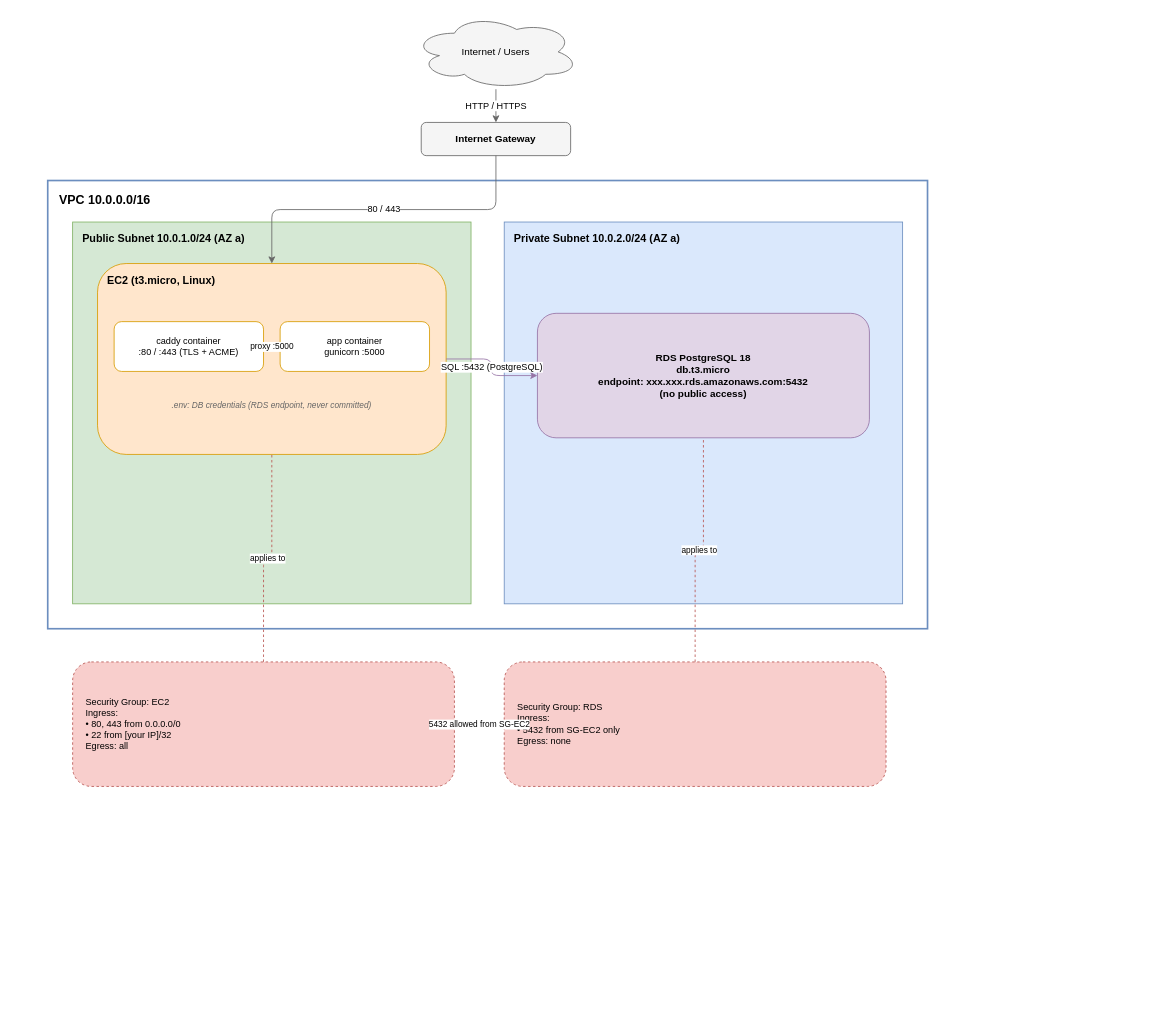
The draw.io diagram docs/03-aws-architecture.drawio in Chebister/DEVOPS_CLOUD_POSTECH_CHALLENGE_PHASE_1, before the edit. Source tidied: cells renumbered, new cells numbered last; positions are measured from the earlier drawing's top-left corner, leaving out a move shared by most shapes. Both pictures are drawn from the tidied source at 83%, with x=0, y=0 at pixel (47, 14).
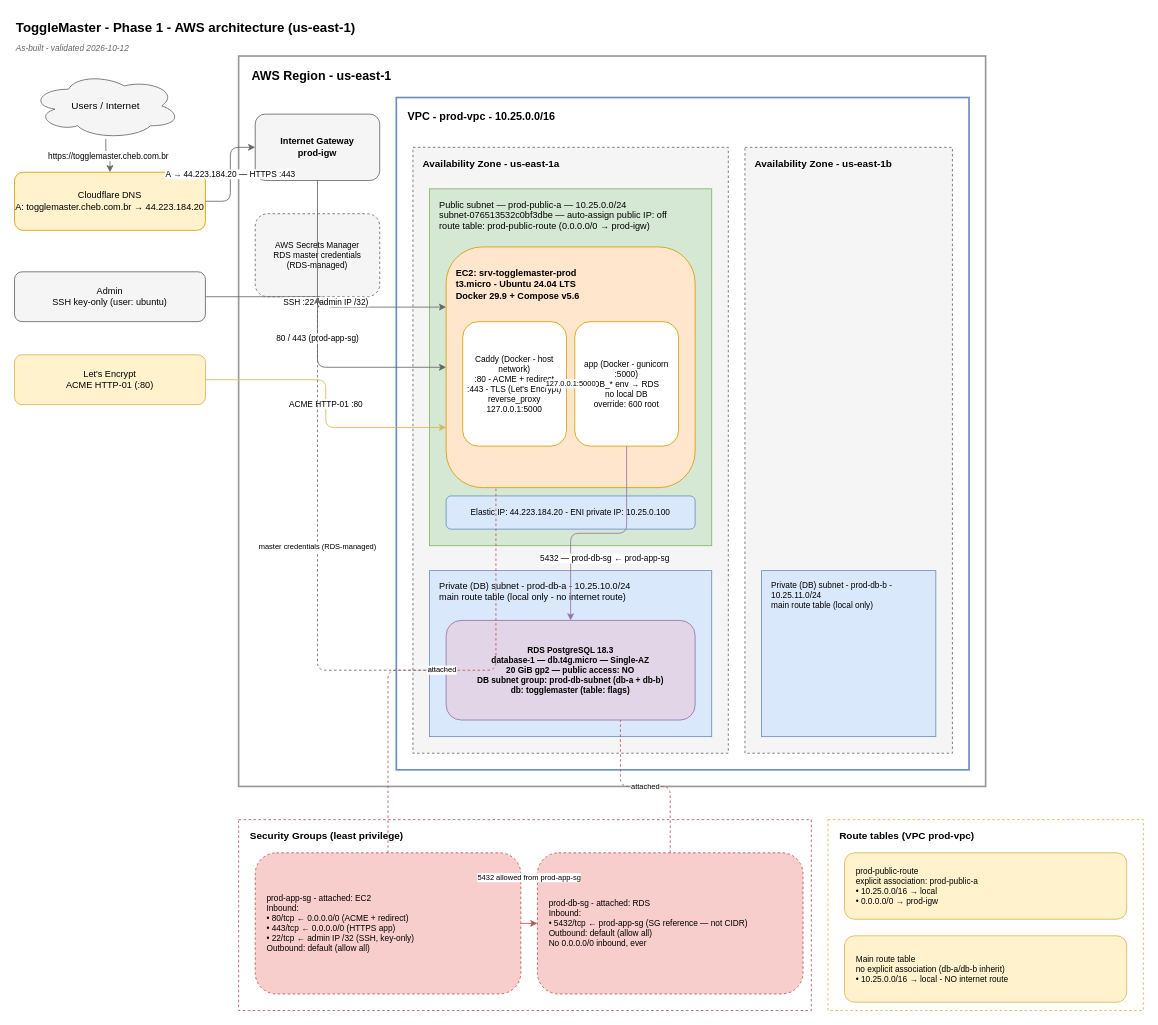
The same page after the edit.

Commit message (it also covers changes not shown here):
Rewrite AWS architecture docs as built: deployed resources, IDs, SG/RT rules, traffic flow and validation

Diff of the diagram source:
```diff
@@
-    <mxCell id="2" value="Internet / Users" style="ellipse;shape=cloud;whiteSpace=wrap;html=1;fillColor=#f5f5f5;strokeColor=#666666;fontSize=12;" parent="1" vertex="1">
-      <mxGeometry x="440" width="200" height="90" as="geometry" />
-    </mxCell>
+    <mxCell id="21" value="ToggleMaster - Phase 1 - AWS architecture (us-east-1)" style="text;html=1;align=left;verticalAlign=middle;fontSize=16;fontStyle=1;" parent="1" vertex="1">
+      <mxGeometry x="-40" width="900" height="30" as="geometry" />
+    </mxCell>
+    <mxCell id="22" value="As-built - validated 2026-10-12" style="text;html=1;align=left;verticalAlign=middle;fontSize=10;fontStyle=2;fontColor=#666666;" parent="1" vertex="1">
+      <mxGeometry x="-40" y="30" width="700" height="20" as="geometry" />
+    </mxCell>
+    <mxCell id="23" value="Users / Internet" style="ellipse;shape=cloud;whiteSpace=wrap;html=1;fillColor=#f5f5f5;strokeColor=#666666;fontSize=12;" parent="1" vertex="1">
+      <mxGeometry x="-20" y="70" width="180" height="80" as="geometry" />
+    </mxCell>
+    <mxCell id="24" value="Cloudflare DNS&lt;br&gt;A: togglemaster.cheb.com.br → 44.223.184.20" style="rounded=1;whiteSpace=wrap;html=1;fillColor=#fff2cc;strokeColor=#d79b00;fontSize=11;verticalAlign=middle;" parent="1" vertex="1">
+      <mxGeometry x="-40" y="190" width="230" height="70" as="geometry" />
+    </mxCell>
+    <mxCell id="25" value="Admin&lt;br&gt;SSH key-only (user: ubuntu)" style="rounded=1;whiteSpace=wrap;html=1;fillColor=#f5f5f5;strokeColor=#666666;fontSize=11;" parent="1" vertex="1">
+      <mxGeometry x="-40" y="310" width="230" height="60" as="geometry" />
+    </mxCell>
+    <mxCell id="26" value="Let's Encrypt&lt;br&gt;ACME HTTP-01 (:80)" style="rounded=1;whiteSpace=wrap;html=1;fillColor=#fff2cc;strokeColor=#d6b656;fontSize=11;" parent="1" vertex="1">
+      <mxGeometry x="-40" y="410" width="230" height="60" as="geometry" />
+    </mxCell>
+    <mxCell id="27" value="AWS Region - us-east-1" style="rounded=0;whiteSpace=wrap;html=1;fillColor=#ffffff;strokeColor=#999999;verticalAlign=top;align=left;spacingLeft=14;spacingTop=8;fontSize=15;fontStyle=1;strokeWidth=2;" parent="1" vertex="1">
+      <mxGeometry x="230" y="50" width="900" height="880" as="geometry" />
+    </mxCell>
-    <mxCell id="3" value="Internet Gateway" style="rounded=1;whiteSpace=wrap;html=1;fillColor=#f5f5f5;strokeColor=#666666;fontSize=12;fontStyle=1;" parent="1" vertex="1">
-      <mxGeometry x="450" y="130" width="180" height="40" as="geometry" />
+    <mxCell id="3" value="Internet Gateway&lt;br&gt;prod-igw" style="rounded=1;whiteSpace=wrap;html=1;fillColor=#f5f5f5;strokeColor=#666666;fontSize=11;fontStyle=1;" parent="1" vertex="1">
+      <mxGeometry x="250" y="120" width="150" height="80" as="geometry" />
     </mxCell>
+    <mxCell id="28" value="AWS Secrets Manager&lt;br&gt;RDS master credentials&lt;br&gt;(RDS-managed)" style="rounded=1;whiteSpace=wrap;html=1;fillColor=#f5f5f5;strokeColor=#666666;dashed=1;fontSize=10;" parent="1" vertex="1">
+      <mxGeometry x="250" y="240" width="150" height="100" as="geometry" />
+    </mxCell>
-    <mxCell id="4" value="VPC 10.0.0.0/16" style="rounded=0;whiteSpace=wrap;html=1;fillColor=#ffffff;strokeColor=#6c8ebf;verticalAlign=top;align=left;spacingLeft=12;spacingTop=8;fontSize=15;fontStyle=1;strokeWidth=2;" parent="1" vertex="1">
-      <mxGeometry y="200" width="1060" height="540" as="geometry" />
+    <mxCell id="4" value="VPC - prod-vpc - 10.25.0.0/16" style="rounded=0;whiteSpace=wrap;html=1;fillColor=#ffffff;strokeColor=#6c8ebf;verticalAlign=top;align=left;spacingLeft=12;spacingTop=8;fontSize=13;fontStyle=1;strokeWidth=2;" parent="1" vertex="1">
+      <mxGeometry x="420" y="100" width="690" height="810" as="geometry" />
     </mxCell>
+    <mxCell id="29" value="Availability Zone - us-east-1a" style="rounded=0;whiteSpace=wrap;html=1;fillColor=#f5f5f5;strokeColor=#666666;dashed=1;verticalAlign=top;align=left;spacingLeft=10;spacingTop=6;fontSize=12;fontStyle=1;" parent="1" vertex="1">
+      <mxGeometry x="440" y="160" width="380" height="730" as="geometry" />
+    </mxCell>
+    <mxCell id="30" value="Availability Zone - us-east-1b" style="rounded=0;whiteSpace=wrap;html=1;fillColor=#f5f5f5;strokeColor=#666666;dashed=1;verticalAlign=top;align=left;spacingLeft=10;spacingTop=6;fontSize=12;fontStyle=1;" parent="1" vertex="1">
+      <mxGeometry x="840" y="160" width="250" height="730" as="geometry" />
+    </mxCell>
-    <mxCell id="5" value="Public Subnet 10.0.1.0/24 (AZ a)" style="rounded=0;whiteSpace=wrap;html=1;fillColor=#d5e8d4;strokeColor=#82b366;verticalAlign=top;align=left;spacingLeft=10;spacingTop=6;fontSize=13;fontStyle=1;" parent="1" vertex="1">
-      <mxGeometry x="30" y="250" width="480" height="460" as="geometry" />
+    <mxCell id="5" value="Public subnet — prod-public-a — 10.25.0.0/24&lt;br&gt;subnet-076513532c0bf3dbe — auto-assign public IP: off&lt;br&gt;route table: prod-public-route (0.0.0.0/0 → prod-igw)" style="rounded=0;whiteSpace=wrap;html=1;fillColor=#d5e8d4;strokeColor=#82b366;verticalAlign=top;align=left;spacingLeft=10;spacingTop=6;fontSize=11;fontStyle=0;" parent="1" vertex="1">
+      <mxGeometry x="460" y="210" width="340" height="430" as="geometry" />
     </mxCell>
-    <mxCell id="6" value="Private Subnet 10.0.2.0/24 (AZ a)" style="rounded=0;whiteSpace=wrap;html=1;fillColor=#dae8fc;strokeColor=#6c8ebf;verticalAlign=top;align=left;spacingLeft=10;spacingTop=6;fontSize=13;fontStyle=1;" parent="1" vertex="1">
-      <mxGeometry x="550" y="250" width="480" height="460" as="geometry" />
-    </mxCell>
+    <mxCell id="31" value="Private (DB) subnet - prod-db-a - 10.25.10.0/24&lt;br&gt;main route table (local only - no internet route)" style="rounded=0;whiteSpace=wrap;html=1;fillColor=#dae8fc;strokeColor=#6c8ebf;verticalAlign=top;align=left;spacingLeft=10;spacingTop=6;fontSize=11;" parent="1" vertex="1">
+      <mxGeometry x="460" y="670" width="340" height="200" as="geometry" />
+    </mxCell>
+    <mxCell id="32" value="Private (DB) subnet - prod-db-b - 10.25.11.0/24&lt;br&gt;main route table (local only)&lt;div&gt;&lt;br/&gt;&lt;/div&gt;" style="rounded=0;whiteSpace=wrap;html=1;fillColor=#dae8fc;strokeColor=#6c8ebf;verticalAlign=top;align=left;spacingLeft=10;spacingTop=6;fontSize=10;" parent="1" vertex="1">
+      <mxGeometry x="860" y="670" width="210" height="200" as="geometry" />
+    </mxCell>
-    <mxCell id="7" value="EC2 (t3.micro, Linux)" style="rounded=1;whiteSpace=wrap;html=1;fillColor=#ffe6cc;strokeColor=#d79b00;verticalAlign=top;align=left;spacingLeft=10;spacingTop=6;fontSize=13;fontStyle=1;" parent="1" vertex="1">
-      <mxGeometry x="60" y="300" width="420" height="230" as="geometry" />
+    <mxCell id="7" value="&lt;div&gt;&lt;br&gt;&lt;/div&gt;&lt;div&gt;EC2: srv-togglemaster-prod&lt;/div&gt;t3.micro - Ubuntu 24.04 LTS&lt;br&gt;Docker 29.9 + Compose v5.6" style="rounded=1;whiteSpace=wrap;html=1;fillColor=#ffe6cc;strokeColor=#d79b00;verticalAlign=top;align=left;spacingLeft=10;spacingTop=6;fontSize=11;fontStyle=1;" parent="1" vertex="1">
+      <mxGeometry x="480" y="280" width="300" height="290" as="geometry" />
     </mxCell>
+    <mxCell id="33" value="Elastic IP: 44.223.184.20 - ENI private IP: 10.25.0.100" style="rounded=1;whiteSpace=wrap;html=1;fillColor=#dae8fc;strokeColor=#6c8ebf;fontSize=10;" parent="1" vertex="1">
+      <mxGeometry x="480" y="580" width="300" height="40" as="geometry" />
+    </mxCell>
-    <mxCell id="8" value="caddy container&lt;br&gt;:80 / :443 (TLS + ACME)" style="rounded=1;whiteSpace=wrap;html=1;fillColor=#ffffff;strokeColor=#d79b00;fontSize=11;" parent="1" vertex="1">
-      <mxGeometry x="80" y="370" width="180" height="60" as="geometry" />
+    <mxCell id="8" value="Caddy (Docker - host network)&lt;br&gt;:80 - ACME + redirect&lt;br&gt;:443 - TLS (Let's Encrypt)&lt;br&gt;reverse_proxy 127.0.0.1:5000" style="rounded=1;whiteSpace=wrap;html=1;fillColor=#ffffff;strokeColor=#d79b00;fontSize=10;" parent="1" vertex="1">
+      <mxGeometry x="500" y="370" width="125" height="150" as="geometry" />
     </mxCell>
-    <mxCell id="9" value="app container&lt;br&gt;gunicorn :5000" style="rounded=1;whiteSpace=wrap;html=1;fillColor=#ffffff;strokeColor=#d79b00;fontSize=11;" parent="1" vertex="1">
-      <mxGeometry x="280" y="370" width="180" height="60" as="geometry" />
+    <mxCell id="9" value="app (Docker - gunicorn :5000)&lt;br&gt;DB_* env → RDS&lt;br&gt;no local DB&lt;br&gt;override: 600 root" style="rounded=1;whiteSpace=wrap;html=1;fillColor=#ffffff;strokeColor=#d79b00;fontSize=10;" parent="1" vertex="1">
+      <mxGeometry x="635" y="370" width="125" height="150" as="geometry" />
     </mxCell>
-    <mxCell id="10" value=".env: DB credentials (RDS endpoint, never committed)" style="text;html=1;align=center;verticalAlign=middle;whiteSpace=wrap;rounded=0;fontSize=10;fontStyle=2;fontColor=#666666;" parent="1" vertex="1">
-      <mxGeometry x="80" y="450" width="380" height="40" as="geometry" />
-    </mxCell>
-    <mxCell id="11" value="RDS PostgreSQL 18&lt;br&gt;db.t3.micro&lt;br&gt;endpoint: xxx.xxx.rds.amazonaws.com:5432&lt;br&gt;(no public access)" style="rounded=1;whiteSpace=wrap;html=1;fillColor=#e1d5e7;strokeColor=#9673a6;verticalAlign=middle;fontSize=12;fontStyle=1;" parent="1" vertex="1">
-      <mxGeometry x="590" y="360" width="400" height="150" as="geometry" />
+    <mxCell id="11" value="RDS PostgreSQL 18.3&lt;br&gt;database-1 — db.t4g.micro — Single-AZ&lt;br&gt;20 GiB gp2 — public access: NO&lt;br&gt;DB subnet group: prod-db-subnet (db-a + db-b)&lt;br&gt;db: togglemaster (table: flags)" style="rounded=1;whiteSpace=wrap;html=1;fillColor=#e1d5e7;strokeColor=#9673a6;verticalAlign=middle;fontSize=10;fontStyle=1;" parent="1" vertex="1">
+      <mxGeometry x="480" y="730" width="300" height="120" as="geometry" />
     </mxCell>
-    <mxCell id="12" value="Security Group: EC2&lt;br&gt;Ingress:&lt;br&gt;• 80, 443 from 0.0.0.0/0&lt;br&gt;• 22 from [your IP]/32&lt;br&gt;Egress: all" style="rounded=1;whiteSpace=wrap;html=1;fillColor=#f8cecc;strokeColor=#b85450;dashed=1;verticalAlign=middle;align=left;spacingLeft=14;fontSize=11;" parent="1" vertex="1">
-      <mxGeometry x="30" y="780" width="460" height="150" as="geometry" />
-    </mxCell>
+    <mxCell id="34" value="Security Groups (least privilege)" style="rounded=0;whiteSpace=wrap;html=1;fillColor=#ffffff;strokeColor=#b85450;dashed=1;verticalAlign=top;align=left;spacingLeft=12;spacingTop=6;fontSize=12;fontStyle=1;" parent="1" vertex="1">
+      <mxGeometry x="230" y="970" width="690" height="230" as="geometry" />
+    </mxCell>
+    <mxCell id="35" value="prod-app-sg - attached: EC2&lt;br&gt;Inbound:&lt;br&gt;• 80/tcp ← 0.0.0.0/0 (ACME + redirect)&lt;br&gt;• 443/tcp ← 0.0.0.0/0 (HTTPS app)&lt;br&gt;• 22/tcp ← admin IP /32 (SSH, key-only)&lt;br&gt;Outbound: default (allow all)" style="rounded=1;whiteSpace=wrap;html=1;fillColor=#f8cecc;strokeColor=#b85450;dashed=1;verticalAlign=middle;align=left;spacingLeft=12;fontSize=10;" parent="1" vertex="1">
+      <mxGeometry x="250" y="1010" width="320" height="170" as="geometry" />
+    </mxCell>
-    <mxCell id="13" value="Security Group: RDS&lt;br&gt;Ingress:&lt;br&gt;• 5432 from SG-EC2 only&lt;br&gt;Egress: none" style="rounded=1;whiteSpace=wrap;html=1;fillColor=#f8cecc;strokeColor=#b85450;dashed=1;verticalAlign=middle;align=left;spacingLeft=14;fontSize=11;" parent="1" vertex="1">
-      <mxGeometry x="550" y="780" width="460" height="150" as="geometry" />
+    <mxCell id="13" value="prod-db-sg - attached: RDS&lt;br&gt;Inbound:&lt;br&gt;• 5432/tcp ← prod-app-sg (SG reference — not CIDR)&lt;br&gt;Outbound: default (allow all)&lt;br&gt;No 0.0.0.0/0 inbound, ever" style="rounded=1;whiteSpace=wrap;html=1;fillColor=#f8cecc;strokeColor=#b85450;dashed=1;verticalAlign=middle;align=left;spacingLeft=12;fontSize=10;" parent="1" vertex="1">
+      <mxGeometry x="590" y="1010" width="320" height="170" as="geometry" />
     </mxCell>
+    <mxCell id="36" value="Route tables (VPC prod-vpc)" style="rounded=0;whiteSpace=wrap;html=1;fillColor=#ffffff;strokeColor=#d6b656;dashed=1;verticalAlign=top;align=left;spacingLeft=12;spacingTop=6;fontSize=12;fontStyle=1;" parent="1" vertex="1">
+      <mxGeometry x="940" y="970" width="380" height="230" as="geometry" />
+    </mxCell>
+    <mxCell id="37" value="prod-public-route&lt;br&gt;explicit association: prod-public-a&lt;br&gt;• 10.25.0.0/16 → local&lt;br&gt;• 0.0.0.0/0 → prod-igw" style="rounded=1;whiteSpace=wrap;html=1;fillColor=#fff2cc;strokeColor=#d6b656;fontSize=10;align=left;spacingLeft=12;" parent="1" vertex="1">
+      <mxGeometry x="960" y="1010" width="340" height="80" as="geometry" />
+    </mxCell>
+    <mxCell id="38" value="Main route table&lt;br&gt;no explicit association (db-a/db-b inherit)&lt;br&gt;• 10.25.0.0/16 → local - NO internet route" style="rounded=1;whiteSpace=wrap;html=1;fillColor=#fff2cc;strokeColor=#d6b656;fontSize=10;align=left;spacingLeft=12;" parent="1" vertex="1">
+      <mxGeometry x="960" y="1110" width="340" height="80" as="geometry" />
+    </mxCell>
-    <mxCell id="14" value="HTTP / HTTPS" style="edgeStyle=orthogonalEdgeStyle;rounded=1;html=1;strokeColor=#666666;fontSize=11;" parent="1" edge="1" source="2" target="3">
+    <mxCell id="14" value="https://togglemaster.cheb.com.br" style="edgeStyle=orthogonalEdgeStyle;rounded=1;html=1;strokeColor=#666666;fontSize=10;exitX=0.5;exitY=1;entryX=0.5;entryY=0;" parent="1" edge="1" source="23" target="24">
       <mxGeometry relative="1" as="geometry" />
     </mxCell>
-    <mxCell id="15" value="80 / 443" style="edgeStyle=orthogonalEdgeStyle;rounded=1;html=1;strokeColor=#666666;fontSize=11;exitX=0.5;exitY=1;entryX=0.5;entryY=0;" parent="1" edge="1" source="3" target="7">
+    <mxCell id="15" value="A → 44.223.184.20 — HTTPS :443" style="edgeStyle=orthogonalEdgeStyle;rounded=1;html=1;strokeColor=#666666;fontSize=10;exitX=1;exitY=0.5;entryX=0;entryY=0.5;" parent="1" edge="1" source="24" target="3">
       <mxGeometry relative="1" as="geometry" />
     </mxCell>
-    <mxCell id="16" value="proxy :5000" style="edgeStyle=orthogonalEdgeStyle;rounded=1;html=1;strokeColor=#d79b00;fontSize=10;exitX=1;exitY=0.5;entryX=0;entryY=0.5;" parent="1" edge="1" source="8" target="9">
+    <mxCell id="16" value="80 / 443 (prod-app-sg)" style="edgeStyle=orthogonalEdgeStyle;rounded=1;html=1;strokeColor=#666666;fontSize=10;exitX=0.5;exitY=1;entryX=0;entryY=0.5;" parent="1" edge="1" source="3" target="7">
       <mxGeometry relative="1" as="geometry" />
     </mxCell>
-    <mxCell id="17" value="SQL :5432 (PostgreSQL)" style="edgeStyle=orthogonalEdgeStyle;rounded=1;html=1;strokeColor=#9673a6;fontSize=11;exitX=1;exitY=0.5;entryX=0;entryY=0.5;" parent="1" edge="1" source="7" target="11">
+    <mxCell id="17" value="ACME HTTP-01 :80" style="edgeStyle=orthogonalEdgeStyle;rounded=1;html=1;strokeColor=#d6b656;fontSize=10;exitX=1;exitY=0.5;entryX=0;entryY=0.75;" parent="1" edge="1" source="26" target="7">
       <mxGeometry relative="1" as="geometry" />
     </mxCell>
-    <mxCell id="18" value="applies to" style="edgeStyle=orthogonalEdgeStyle;rounded=1;html=1;strokeColor=#b85450;dashed=1;fontSize=10;endArrow=none;exitX=0.5;exitY=0;entryX=0.5;entryY=1;" parent="1" edge="1" source="12" target="7">
+    <mxCell id="18" value="SSH :22 (admin IP /32)" style="edgeStyle=orthogonalEdgeStyle;rounded=1;html=1;strokeColor=#666666;fontSize=10;exitX=1;exitY=0.5;entryX=0;entryY=0.25;" parent="1" edge="1" source="25" target="7">
       <mxGeometry relative="1" as="geometry" />
     </mxCell>
-    <mxCell id="19" value="applies to" style="edgeStyle=orthogonalEdgeStyle;rounded=1;html=1;strokeColor=#b85450;dashed=1;fontSize=10;endArrow=none;exitX=0.5;exitY=0;entryX=0.5;entryY=1;" parent="1" edge="1" source="13" target="11">
+    <mxCell id="19" value="127.0.0.1:5000" style="edgeStyle=orthogonalEdgeStyle;rounded=1;html=1;strokeColor=#d79b00;fontSize=9;exitX=1;exitY=0.5;entryX=0;entryY=0.5;" parent="1" edge="1" source="8" target="9">
       <mxGeometry relative="1" as="geometry" />
     </mxCell>
-    <mxCell id="20" value="5432 allowed from SG-EC2" style="edgeStyle=orthogonalEdgeStyle;rounded=1;html=1;strokeColor=#b85450;fontSize=10;exitX=1;exitY=0.5;entryX=0;entryY=0.5;" parent="1" edge="1" source="12" target="13">
-      <mxGeometry relative="1" as="geometry" />
+    <mxCell id="20" value="5432 — prod-db-sg ← prod-app-sg" style="edgeStyle=orthogonalEdgeStyle;rounded=1;html=1;strokeColor=#9673a6;fontSize=10;exitX=0.5;exitY=1;entryX=0.5;entryY=0;" parent="1" edge="1" source="9" target="11">
+      <mxGeometry x="-0.05" y="30" relative="1" as="geometry" />
     </mxCell>
+    <mxCell id="39" value="attached" style="edgeStyle=orthogonalEdgeStyle;rounded=1;html=1;strokeColor=#b85450;dashed=1;fontSize=9;endArrow=none;exitX=0.5;exitY=0;entryX=0.2;entryY=1;" parent="1" edge="1" source="35" target="7">
+      <mxGeometry relative="1" as="geometry" />
+    </mxCell>
+    <mxCell id="40" value="attached" style="edgeStyle=orthogonalEdgeStyle;rounded=1;html=1;strokeColor=#b85450;dashed=1;fontSize=9;endArrow=none;exitX=0.5;exitY=0;entryX=0.7;entryY=1;" parent="1" edge="1" source="13" target="11">
+      <mxGeometry relative="1" as="geometry" />
+    </mxCell>
+    <mxCell id="41" value="5432 allowed from prod-app-sg" style="edgeStyle=orthogonalEdgeStyle;rounded=1;html=1;strokeColor=#b85450;fontSize=9;exitX=1;exitY=0.5;entryX=0;entryY=0.5;" parent="1" edge="1" source="35" target="13">
+      <mxGeometry y="55" relative="1" as="geometry" />
+    </mxCell>
+    <mxCell id="42" value="master credentials (RDS-managed)" style="edgeStyle=orthogonalEdgeStyle;rounded=1;html=1;strokeColor=#666666;dashed=1;fontSize=9;exitX=0;exitY=0.5;entryX=0.5;entryY=1;" parent="1" edge="1" source="11" target="28">
+      <mxGeometry relative="1" as="geometry" />
+    </mxCell>
```
